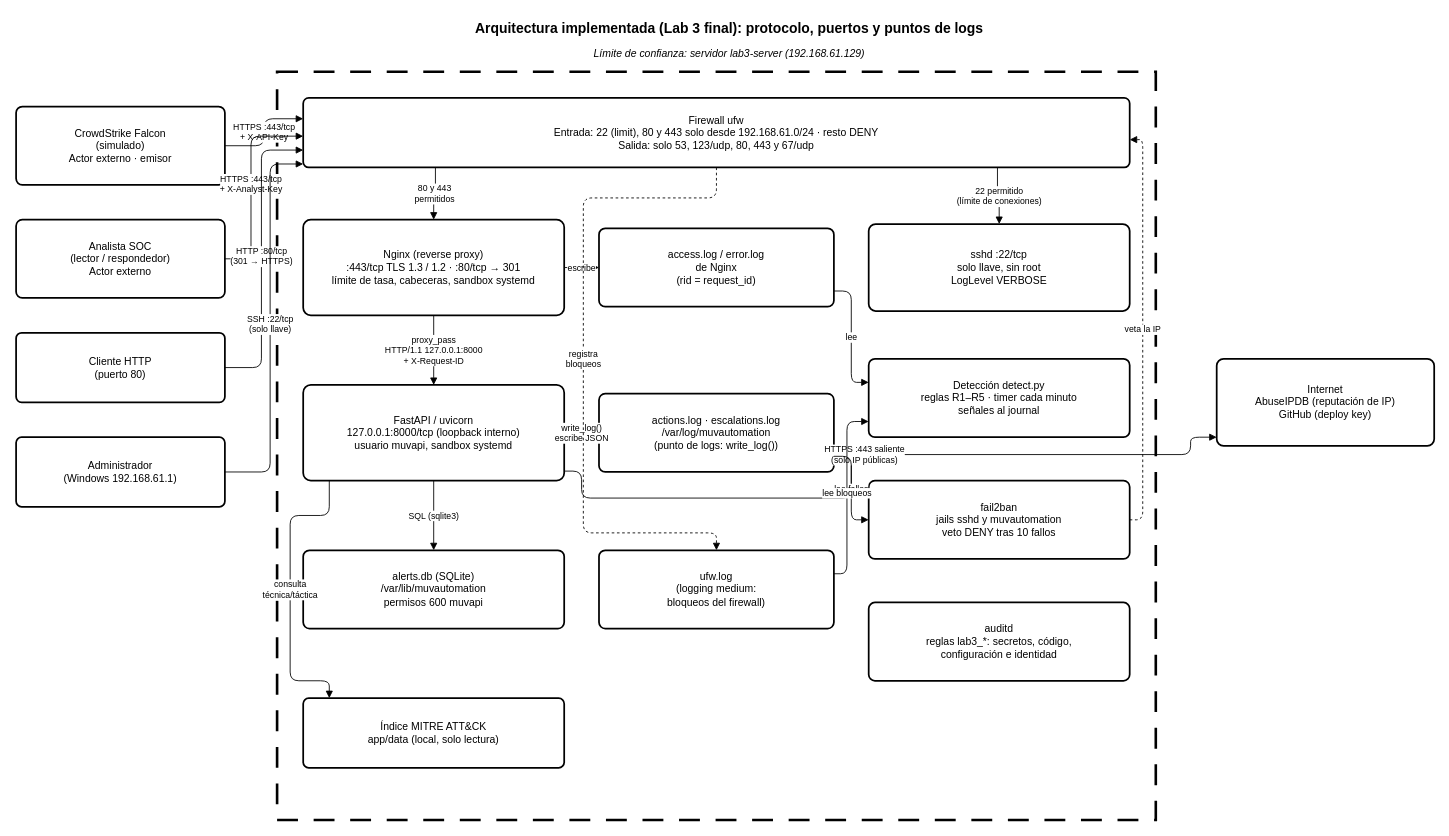
Above: diagrams/lab3-final/arquitectura-lab3-final.drawio in Valero25/FDSI_LAB_Aplicacion-web-publica-por-HTTP-construir-atacar-detectar-corregir-y-verificar (draw.io), before the change. Source tidied: cells renumbered, new cells numbered last; positions are measured from the earlier drawing's top-left corner, leaving out a move shared by most shapes. Both pictures are drawn from the tidied source at 87%, with x=0, y=0 at pixel (16, 15).
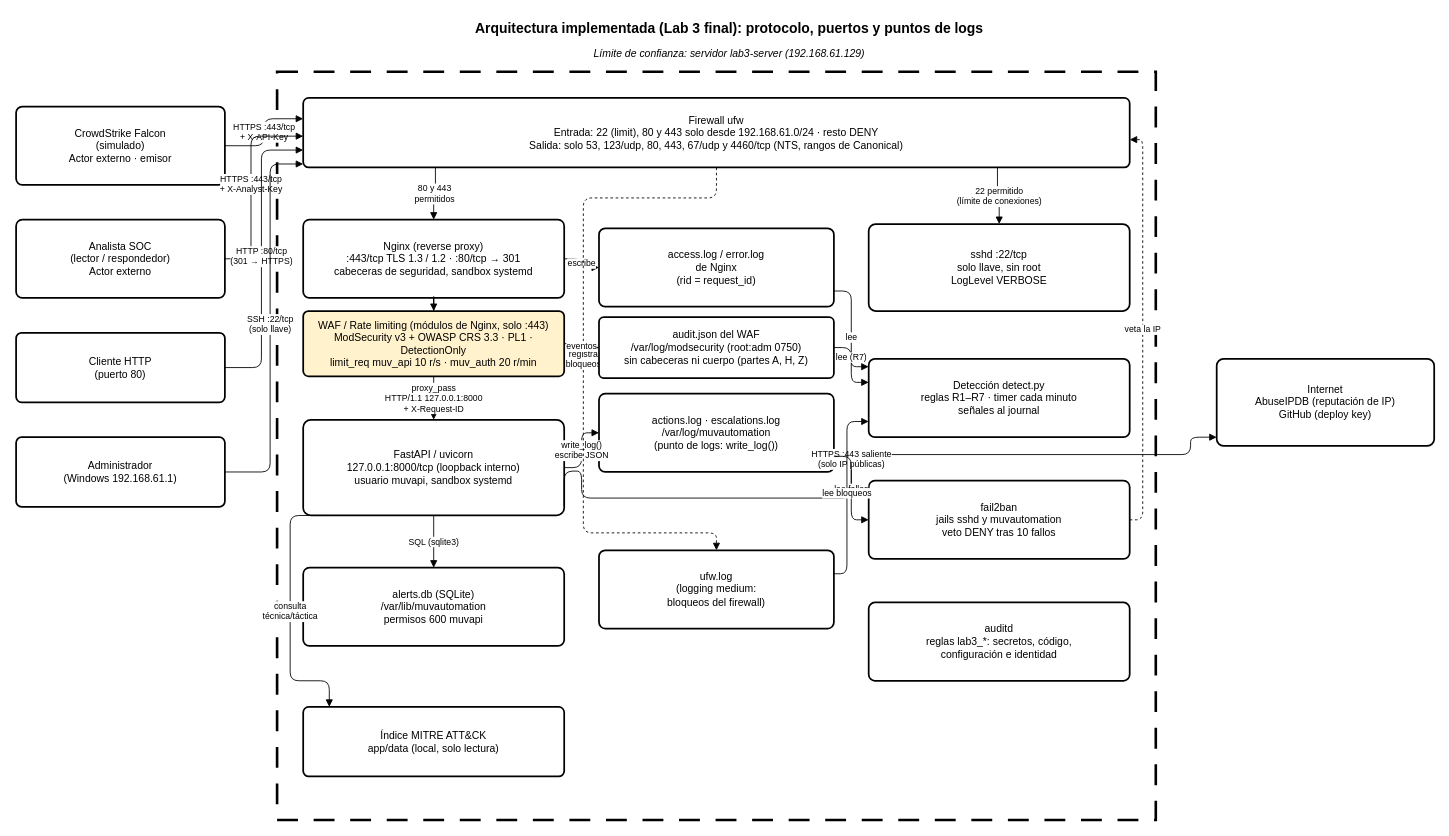
After the change.

Commit message (it also covers changes not shown here):
docs(waf): README con el WAF y como ver sus eventos, riesgos A25-A27 y caja WAF en la arquitectura

README: modo, registro, privacidad, R7 y un comando que muestra los eventos (fecha, IP, ruta, IDs
de regla) sin el texto de las coincidencias. risk-register: A17 actualizado, A25 (WAF en modo
deteccion), A26 (privacidad del audit log y riesgo residual) y A27 (R7). Diagrama: caja
"WAF / Rate limiting" entre Nginx y la API, audit log del WAF, R1-R7 y salida NTS.

What changed in the source:
```diff
@@
-    <mxCell id="10" value="Firewall ufw&lt;br&gt;Entrada: 22 (limit), 80 y 443 solo desde 192.168.61.0/24 · resto DENY&lt;br&gt;Salida: solo 53, 123/udp, 80, 443 y 67/udp" style="rounded=1;whiteSpace=wrap;html=1;arcSize=8;fillColor=#ffffff;strokeColor=#000000;strokeWidth=2;fontSize=12;" parent="1" vertex="1">
+    <mxCell id="10" value="Firewall ufw&lt;br&gt;Entrada: 22 (limit), 80 y 443 solo desde 192.168.61.0/24 · resto DENY&lt;br&gt;Salida: solo 53, 123/udp, 80, 443, 67/udp y 4460/tcp (NTS, rangos de Canonical)" style="rounded=1;whiteSpace=wrap;html=1;arcSize=8;fillColor=#ffffff;strokeColor=#000000;strokeWidth=2;fontSize=12;" parent="1" vertex="1">
       <mxGeometry x="330" y="95" width="950" height="80" as="geometry" />
     </mxCell>
-    <mxCell id="11" value="Nginx (reverse proxy)&lt;br&gt;:443/tcp TLS 1.3 / 1.2 · :80/tcp → 301&lt;br&gt;límite de tasa, cabeceras, sandbox systemd" style="rounded=1;whiteSpace=wrap;html=1;arcSize=8;fillColor=#ffffff;strokeColor=#000000;strokeWidth=2;fontSize=12;" parent="1" vertex="1">
-      <mxGeometry x="330" y="235" width="300" height="110" as="geometry" />
+    <mxCell id="11" value="Nginx (reverse proxy)&lt;br&gt;:443/tcp TLS 1.3 / 1.2 · :80/tcp → 301&lt;br&gt;cabeceras de seguridad, sandbox systemd" style="rounded=1;whiteSpace=wrap;html=1;arcSize=8;fillColor=#ffffff;strokeColor=#000000;strokeWidth=2;fontSize=12;" parent="1" vertex="1">
+      <mxGeometry x="330" y="235" width="300" height="90" as="geometry" />
     </mxCell>
@@
     <mxCell id="14" value="FastAPI / uvicorn&lt;br&gt;127.0.0.1:8000/tcp (loopback interno)&lt;br&gt;usuario muvapi, sandbox systemd" style="rounded=1;whiteSpace=wrap;html=1;arcSize=8;fillColor=#ffffff;strokeColor=#000000;strokeWidth=2;fontSize=12;" parent="1" vertex="1">
-      <mxGeometry x="330" y="425" width="300" height="110" as="geometry" />
+      <mxGeometry x="330" y="465" width="300" height="110" as="geometry" />
     </mxCell>
@@
-    <mxCell id="16" value="Detección detect.py&lt;br&gt;reglas R1–R5 · timer cada minuto&lt;br&gt;señales al journal" style="rounded=1;whiteSpace=wrap;html=1;arcSize=8;fillColor=#ffffff;strokeColor=#000000;strokeWidth=2;fontSize=12;" parent="1" vertex="1">
+    <mxCell id="16" value="Detección detect.py&lt;br&gt;reglas R1–R7 · timer cada minuto&lt;br&gt;señales al journal" style="rounded=1;whiteSpace=wrap;html=1;arcSize=8;fillColor=#ffffff;strokeColor=#000000;strokeWidth=2;fontSize=12;" parent="1" vertex="1">
       <mxGeometry x="980" y="395" width="300" height="90" as="geometry" />
     </mxCell>
@@
     <mxCell id="18" value="alerts.db (SQLite)&lt;br&gt;/var/lib/muvautomation&lt;br&gt;permisos 600 muvapi" style="rounded=1;whiteSpace=wrap;html=1;arcSize=8;fillColor=#ffffff;strokeColor=#000000;strokeWidth=2;fontSize=12;" parent="1" vertex="1">
-      <mxGeometry x="330" y="615" width="300" height="90" as="geometry" />
+      <mxGeometry x="330" y="635" width="300" height="90" as="geometry" />
     </mxCell>
@@
     <mxCell id="21" value="Índice MITRE ATT&amp;amp;CK&lt;br&gt;app/data (local, solo lectura)" style="rounded=1;whiteSpace=wrap;html=1;arcSize=8;fillColor=#ffffff;strokeColor=#000000;strokeWidth=2;fontSize=12;" parent="1" vertex="1">
-      <mxGeometry x="330" y="785" width="300" height="80" as="geometry" />
+      <mxGeometry x="330" y="795" width="300" height="80" as="geometry" />
     </mxCell>
@@
-    <mxCell id="28" value="proxy_pass&lt;br&gt;HTTP/1.1 127.0.0.1:8000&lt;br&gt;+ X-Request-ID" style="edgeStyle=orthogonalEdgeStyle;rounded=1;jettySize=auto;html=1;endArrow=block;endFill=1;fontSize=10;labelBackgroundColor=#ffffff;" parent="1" edge="1" source="11" target="14">
+    <mxCell id="28" value="proxy_pass&lt;br&gt;HTTP/1.1 127.0.0.1:8000&lt;br&gt;+ X-Request-ID" style="edgeStyle=orthogonalEdgeStyle;rounded=1;jettySize=auto;html=1;endArrow=block;endFill=1;fontSize=10;labelBackgroundColor=#ffffff;" parent="1" edge="1" source="39" target="14">
       <mxGeometry relative="1" as="geometry" />
     </mxCell>
@@
+    <mxCell id="39" value="WAF / Rate limiting (módulos de Nginx, solo :443)&lt;br&gt;ModSecurity v3 + OWASP CRS 3.3 · PL1 · DetectionOnly&lt;br&gt;limit_req muv_api 10 r/s · muv_auth 20 r/min" style="rounded=1;whiteSpace=wrap;html=1;arcSize=8;fillColor=#fff2cc;strokeColor=#000000;strokeWidth=2;fontSize=12;" parent="1" vertex="1">
+      <mxGeometry x="330" y="340" width="300" height="75" as="geometry" />
+    </mxCell>
+    <mxCell id="40" value="audit.json del WAF&lt;br&gt;/var/log/modsecurity (root:adm 0750)&lt;br&gt;sin cabeceras ni cuerpo (partes A, H, Z)" style="rounded=1;whiteSpace=wrap;html=1;arcSize=8;fillColor=#ffffff;strokeColor=#000000;strokeWidth=2;fontSize=12;" parent="1" vertex="1">
+      <mxGeometry x="670" y="347" width="270" height="70" as="geometry" />
+    </mxCell>
+    <mxCell id="41" style="edgeStyle=orthogonalEdgeStyle;rounded=1;jettySize=auto;html=1;endArrow=block;endFill=1;fontSize=10;labelBackgroundColor=#ffffff;" parent="1" edge="1" source="11" target="39">
+      <mxGeometry relative="1" as="geometry" />
+    </mxCell>
+    <mxCell id="42" value="eventos" style="edgeStyle=orthogonalEdgeStyle;rounded=1;jettySize=auto;html=1;endArrow=block;endFill=1;fontSize=10;labelBackgroundColor=#ffffff;" parent="1" edge="1" source="39" target="40">
+      <mxGeometry relative="1" as="geometry" />
+    </mxCell>
+    <mxCell id="43" value="lee (R7)" style="edgeStyle=orthogonalEdgeStyle;rounded=1;jettySize=auto;html=1;endArrow=block;endFill=1;fontSize=10;labelBackgroundColor=#ffffff;exitX=1;exitY=0.5;entryX=0;entryY=0.1;" parent="1" edge="1" source="40" target="16">
+      <mxGeometry relative="1" as="geometry" />
+    </mxCell>
```
